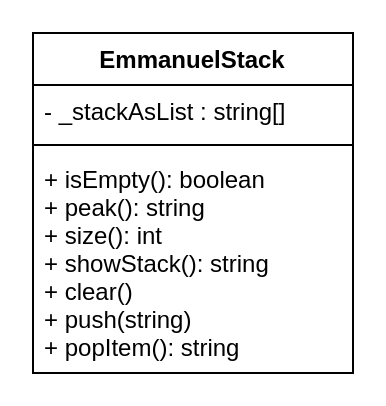
Before: design/EmmanuelStack.drawio in Emmanuel-Fofeyin/ICS4U-Unit2-04-Typescript, a draw.io diagram. Source tidied: cells renumbered, new cells numbered last; positions are measured from the earlier drawing's top-left corner, leaving out a move shared by most shapes. Both pictures are drawn from the tidied source at 200%, with x=0, y=0 at pixel (32, 32).
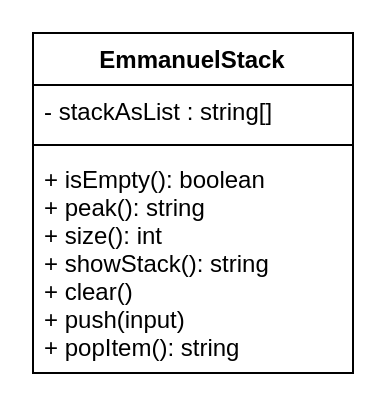
The same diagram, later.

The edit, as a diff of the source:
```diff
@@
 <mxGraphModel>
   <root>
     <mxCell id="0" />
     <mxCell id="1" parent="0" />
     <mxCell id="2" value="EmmanuelStack" style="swimlane;fontStyle=1;align=center;verticalAlign=top;horizontal=1;startSize=26;" parent="1" vertex="1">
       <mxGeometry width="160" height="170" as="geometry" />
     </mxCell>
-    <mxCell id="3" value="- _stackAsList : string[]" style="text;strokeColor=none;fillColor=none;align=left;verticalAlign=top;spacingLeft=4;spacingRight=4;overflow=hidden;" parent="2" vertex="1">
+    <mxCell id="3" value="- stackAsList : string[]" style="text;strokeColor=none;fillColor=none;align=left;verticalAlign=top;spacingLeft=4;spacingRight=4;overflow=hidden;" parent="2" vertex="1">
       <mxGeometry y="26" width="160" height="26" as="geometry" />
     </mxCell>
     <mxCell id="4" style="line;strokeWidth=1;fillColor=none;align=left;verticalAlign=middle;spacingTop=-1;spacingLeft=3;spacingRight=3;labelPosition=right;strokeColor=inherit;" parent="2" vertex="1">
       <mxGeometry y="52" width="160" height="8" as="geometry" />
     </mxCell>
-    <mxCell id="5" value="+ isEmpty(): boolean&#10;+ peak(): string&#10;+ size(): int&#10;+ showStack(): string&#10;+ clear()&#10;+ push(string)&#10;+ popItem(): string" style="text;strokeColor=none;fillColor=none;align=left;verticalAlign=top;spacingLeft=4;spacingRight=4;overflow=hidden;" parent="2" vertex="1">
+    <mxCell id="5" value="+ isEmpty(): boolean&#10;+ peak(): string&#10;+ size(): int&#10;+ showStack(): string&#10;+ clear()&#10;+ push(input)&#10;+ popItem(): string" style="text;strokeColor=none;fillColor=none;align=left;verticalAlign=top;spacingLeft=4;spacingRight=4;overflow=hidden;" parent="2" vertex="1">
       <mxGeometry y="60" width="160" height="110" as="geometry" />
     </mxCell>
   </root>
 </mxGraphModel>
```
